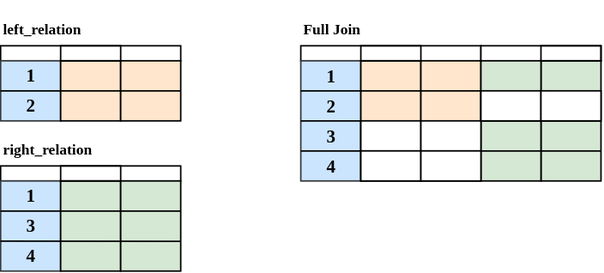
mabel-dev/opteryx.dev keeps this draw.io diagram as docs/sql-reference/full-join.svg. Above is the earlier version. Source tidied: cells renumbered, new cells last; positions are measured from the earlier drawing's top-left corner, leaving out a move shared by most shapes.
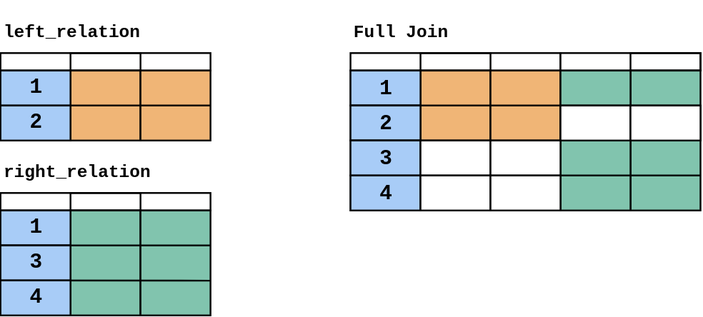
The same diagram one commit later.

The edit, as a diff of the source:
```diff
@@ -2,144 +2,144 @@
   <root>
     <mxCell id="0" />
     <mxCell id="1" parent="0" />
-    <mxCell id="2" style="rounded=0;whiteSpace=wrap;html=1;fontFamily=Lucida Console;fontSize=6;strokeColor=#000000;strokeWidth=1;fillColor=default;gradientColor=none;" parent="1" vertex="1">
+    <mxCell id="2" style="rounded=0;whiteSpace=wrap;html=1;fontFamily=Courier New;fontSize=6;strokeColor=#000000;strokeWidth=1;fillColor=default;gradientColor=none;" parent="1" vertex="1">
       <mxGeometry y="30" width="120" height="10" as="geometry" />
     </mxCell>
-    <mxCell id="3" style="rounded=0;whiteSpace=wrap;html=1;fontFamily=Lucida Console;fontSize=6;strokeColor=#36393d;strokeWidth=1;fillColor=#cce5ff;" parent="1" vertex="1">
+    <mxCell id="3" style="rounded=0;whiteSpace=wrap;html=1;fontFamily=Courier New;fontSize=6;strokeColor=#36393d;strokeWidth=1;fillColor=#cce5ff;" parent="1" vertex="1">
       <mxGeometry y="40" width="40" height="40" as="geometry" />
     </mxCell>
-    <mxCell id="4" style="rounded=0;whiteSpace=wrap;html=1;fontFamily=Lucida Console;fontSize=6;strokeColor=#000000;strokeWidth=1;fillColor=#ffe6cc;" parent="1" vertex="1">
+    <mxCell id="4" style="rounded=0;whiteSpace=wrap;html=1;fontFamily=Courier New;fontSize=6;strokeColor=#000000;strokeWidth=1;fillColor=#F0B576;" parent="1" vertex="1">
       <mxGeometry x="40" y="40" width="40" height="40" as="geometry" />
     </mxCell>
-    <mxCell id="5" style="rounded=0;whiteSpace=wrap;html=1;fontFamily=Lucida Console;fontSize=6;strokeColor=#000000;strokeWidth=1;fillColor=#ffe6cc;" parent="1" vertex="1">
+    <mxCell id="5" style="rounded=0;whiteSpace=wrap;html=1;fontFamily=Courier New;fontSize=6;strokeColor=#000000;strokeWidth=1;fillColor=#F0B576;" parent="1" vertex="1">
       <mxGeometry x="80" y="40" width="40" height="40" as="geometry" />
     </mxCell>
-    <mxCell id="6" style="endArrow=none;html=1;rounded=0;fontFamily=Lucida Console;fontSize=6;entryX=1;entryY=0.5;entryDx=0;entryDy=0;exitX=0;exitY=0.5;exitDx=0;exitDy=0;startArrow=none;" parent="1" edge="1" source="3" target="5">
+    <mxCell id="6" style="endArrow=none;html=1;rounded=0;fontFamily=Courier New;fontSize=6;entryX=1;entryY=0.5;entryDx=0;entryDy=0;exitX=0;exitY=0.5;exitDx=0;exitDy=0;startArrow=none;" parent="1" edge="1" source="3" target="5">
       <mxGeometry relative="1" as="geometry" />
     </mxCell>
-    <mxCell id="7" value="1" style="text;strokeColor=none;fillColor=none;html=1;fontSize=12;fontStyle=1;verticalAlign=middle;align=center;fontFamily=Lucida Console;" parent="1" vertex="1">
+    <mxCell id="7" value="1" style="text;strokeColor=default;fillColor=#A8CCF7;html=1;fontSize=12;fontStyle=1;verticalAlign=middle;align=center;fontFamily=Courier New;" parent="1" vertex="1">
       <mxGeometry y="40" width="40" height="20" as="geometry" />
     </mxCell>
-    <mxCell id="8" value="2" style="text;strokeColor=none;fillColor=none;html=1;fontSize=12;fontStyle=1;verticalAlign=middle;align=center;fontFamily=Lucida Console;" parent="1" vertex="1">
+    <mxCell id="8" value="2" style="text;strokeColor=default;fillColor=#A8CCF7;html=1;fontSize=12;fontStyle=1;verticalAlign=middle;align=center;fontFamily=Courier New;" parent="1" vertex="1">
       <mxGeometry y="60" width="40" height="20" as="geometry" />
     </mxCell>
-    <mxCell id="9" style="rounded=0;whiteSpace=wrap;html=1;fontFamily=Lucida Console;fontSize=6;strokeColor=#000000;strokeWidth=1;fillColor=none;" parent="1" vertex="1">
+    <mxCell id="9" style="rounded=0;whiteSpace=wrap;html=1;fontFamily=Courier New;fontSize=6;strokeColor=#000000;strokeWidth=1;fillColor=none;" parent="1" vertex="1">
       <mxGeometry x="40" y="30" width="40" height="10" as="geometry" />
     </mxCell>
-    <mxCell id="10" style="rounded=0;whiteSpace=wrap;html=1;fontFamily=Lucida Console;fontSize=6;strokeColor=#000000;strokeWidth=1;fillColor=default;gradientColor=none;" parent="1" vertex="1">
+    <mxCell id="10" style="rounded=0;whiteSpace=wrap;html=1;fontFamily=Courier New;fontSize=6;strokeColor=#000000;strokeWidth=1;fillColor=default;gradientColor=none;" parent="1" vertex="1">
       <mxGeometry y="110" width="120" height="10" as="geometry" />
     </mxCell>
-    <mxCell id="11" style="rounded=0;whiteSpace=wrap;html=1;fontFamily=Lucida Console;fontSize=6;strokeColor=#36393d;strokeWidth=1;fillColor=#cce5ff;" parent="1" vertex="1">
+    <mxCell id="11" style="rounded=0;whiteSpace=wrap;html=1;fontFamily=Courier New;fontSize=6;strokeColor=#36393d;strokeWidth=1;fillColor=#cce5ff;" parent="1" vertex="1">
       <mxGeometry y="120" width="40" height="60" as="geometry" />
     </mxCell>
-    <mxCell id="12" style="rounded=0;whiteSpace=wrap;html=1;fontFamily=Lucida Console;fontSize=6;strokeColor=#000000;strokeWidth=1;fillColor=#d5e8d4;" parent="1" vertex="1">
+    <mxCell id="12" style="rounded=0;whiteSpace=wrap;html=1;fontFamily=Courier New;fontSize=6;strokeColor=#000000;strokeWidth=1;fillColor=#81C4AE;" parent="1" vertex="1">
       <mxGeometry x="40" y="120" width="40" height="60" as="geometry" />
     </mxCell>
-    <mxCell id="13" style="rounded=0;whiteSpace=wrap;html=1;fontFamily=Lucida Console;fontSize=6;strokeColor=#000000;strokeWidth=1;fillColor=#d5e8d4;" parent="1" vertex="1">
+    <mxCell id="13" style="rounded=0;whiteSpace=wrap;html=1;fontFamily=Courier New;fontSize=6;strokeColor=#000000;strokeWidth=1;fillColor=#81C4AE;" parent="1" vertex="1">
       <mxGeometry x="80" y="120" width="40" height="60" as="geometry" />
     </mxCell>
-    <mxCell id="14" style="endArrow=none;html=1;rounded=0;fontFamily=Lucida Console;fontSize=6;exitX=0;exitY=0;exitDx=0;exitDy=0;startArrow=none;entryX=1;entryY=0.669;entryDx=0;entryDy=0;entryPerimeter=0;" parent="1" edge="1" source="18" target="13">
+    <mxCell id="14" style="endArrow=none;html=1;rounded=0;fontFamily=Courier New;fontSize=6;exitX=0;exitY=0;exitDx=0;exitDy=0;startArrow=none;entryX=1;entryY=0.669;entryDx=0;entryDy=0;entryPerimeter=0;" parent="1" edge="1" source="18" target="13">
       <mxGeometry relative="1" as="geometry" />
     </mxCell>
-    <mxCell id="15" value="1" style="text;strokeColor=none;fillColor=none;html=1;fontSize=12;fontStyle=1;verticalAlign=middle;align=center;fontFamily=Lucida Console;" parent="1" vertex="1">
+    <mxCell id="15" value="1" style="text;strokeColor=default;fillColor=#A8CCF7;html=1;fontSize=12;fontStyle=1;verticalAlign=middle;align=center;fontFamily=Courier New;" parent="1" vertex="1">
       <mxGeometry y="120" width="40" height="20" as="geometry" />
     </mxCell>
-    <mxCell id="16" value="3" style="text;strokeColor=none;fillColor=none;html=1;fontSize=12;fontStyle=1;verticalAlign=middle;align=center;fontFamily=Lucida Console;" parent="1" vertex="1">
+    <mxCell id="16" value="3" style="text;strokeColor=default;fillColor=#A8CCF7;html=1;fontSize=12;fontStyle=1;verticalAlign=middle;align=center;fontFamily=Courier New;" parent="1" vertex="1">
       <mxGeometry y="140" width="40" height="20" as="geometry" />
     </mxCell>
-    <mxCell id="17" style="rounded=0;whiteSpace=wrap;html=1;fontFamily=Lucida Console;fontSize=6;strokeColor=#000000;strokeWidth=1;fillColor=none;" parent="1" vertex="1">
+    <mxCell id="17" style="rounded=0;whiteSpace=wrap;html=1;fontFamily=Courier New;fontSize=6;strokeColor=#000000;strokeWidth=1;fillColor=none;" parent="1" vertex="1">
       <mxGeometry x="40" y="110" width="40" height="10" as="geometry" />
     </mxCell>
-    <mxCell id="18" value="4" style="text;strokeColor=none;fillColor=none;html=1;fontSize=12;fontStyle=1;verticalAlign=middle;align=center;fontFamily=Lucida Console;" parent="1" vertex="1">
+    <mxCell id="18" value="4" style="text;strokeColor=default;fillColor=#A8CCF7;html=1;fontSize=12;fontStyle=1;verticalAlign=middle;align=center;fontFamily=Courier New;" parent="1" vertex="1">
       <mxGeometry y="160" width="40" height="20" as="geometry" />
     </mxCell>
-    <mxCell id="19" style="endArrow=none;html=1;rounded=0;fontFamily=Lucida Console;fontSize=6;exitX=0;exitY=0;exitDx=0;exitDy=0;startArrow=none;" parent="1" edge="1" source="16">
+    <mxCell id="19" style="endArrow=none;html=1;rounded=0;fontFamily=Courier New;fontSize=6;exitX=0;exitY=0;exitDx=0;exitDy=0;startArrow=none;" parent="1" edge="1" source="16">
       <mxGeometry relative="1" as="geometry">
         <mxPoint x="120" y="140" as="targetPoint" />
       </mxGeometry>
     </mxCell>
-    <mxCell id="20" value="&lt;font style=&quot;font-size: 10px;&quot;&gt;left_relation&lt;/font&gt;" style="text;strokeColor=none;fillColor=none;html=1;fontSize=24;fontStyle=1;verticalAlign=middle;align=left;fontFamily=Lucida Console;" parent="1" vertex="1">
+    <mxCell id="20" value="&lt;font style=&quot;font-size: 10px;&quot;&gt;left_relation&lt;/font&gt;" style="text;strokeColor=none;fillColor=none;html=1;fontSize=24;fontStyle=1;verticalAlign=middle;align=left;fontFamily=Courier New;" parent="1" vertex="1">
       <mxGeometry width="100" height="30" as="geometry" />
     </mxCell>
-    <mxCell id="21" value="&lt;font style=&quot;font-size: 10px;&quot;&gt;right_relation&lt;/font&gt;" style="text;strokeColor=none;fillColor=none;html=1;fontSize=24;fontStyle=1;verticalAlign=middle;align=left;fontFamily=Lucida Console;" parent="1" vertex="1">
+    <mxCell id="21" value="&lt;font style=&quot;font-size: 10px;&quot;&gt;right_relation&lt;/font&gt;" style="text;strokeColor=none;fillColor=none;html=1;fontSize=24;fontStyle=1;verticalAlign=middle;align=left;fontFamily=Courier New;" parent="1" vertex="1">
       <mxGeometry y="80" width="100" height="30" as="geometry" />
     </mxCell>
-    <mxCell id="22" style="rounded=0;whiteSpace=wrap;html=1;fontFamily=Lucida Console;fontSize=6;strokeColor=#000000;strokeWidth=1;fillColor=default;gradientColor=none;" parent="1" vertex="1">
+    <mxCell id="22" style="rounded=0;whiteSpace=wrap;html=1;fontFamily=Courier New;fontSize=6;strokeColor=#000000;strokeWidth=1;fillColor=default;gradientColor=none;" parent="1" vertex="1">
       <mxGeometry x="200" y="30" width="120" height="10" as="geometry" />
     </mxCell>
-    <mxCell id="23" style="rounded=0;whiteSpace=wrap;html=1;fontFamily=Lucida Console;fontSize=6;strokeColor=#36393d;strokeWidth=1;fillColor=#cce5ff;" parent="1" vertex="1">
+    <mxCell id="23" style="rounded=0;whiteSpace=wrap;html=1;fontFamily=Courier New;fontSize=6;strokeColor=#36393d;strokeWidth=1;fillColor=#cce5ff;" parent="1" vertex="1">
       <mxGeometry x="200" y="40" width="40" height="80" as="geometry" />
     </mxCell>
-    <mxCell id="24" style="rounded=0;whiteSpace=wrap;html=1;fontFamily=Lucida Console;fontSize=6;strokeColor=#000000;strokeWidth=1;fillColor=#ffe6cc;" parent="1" vertex="1">
+    <mxCell id="24" style="rounded=0;whiteSpace=wrap;html=1;fontFamily=Courier New;fontSize=6;strokeColor=#000000;strokeWidth=1;fillColor=#F0B576;" parent="1" vertex="1">
       <mxGeometry x="240" y="40" width="40" height="80" as="geometry" />
     </mxCell>
-    <mxCell id="25" style="rounded=0;whiteSpace=wrap;html=1;fontFamily=Lucida Console;fontSize=6;strokeColor=#000000;strokeWidth=1;fillColor=#ffe6cc;" parent="1" vertex="1">
+    <mxCell id="25" style="rounded=0;whiteSpace=wrap;html=1;fontFamily=Courier New;fontSize=6;strokeColor=#000000;strokeWidth=1;fillColor=#F0B576;" parent="1" vertex="1">
       <mxGeometry x="280" y="40" width="40" height="80" as="geometry" />
     </mxCell>
-    <mxCell id="26" value="1" style="text;strokeColor=none;fillColor=none;html=1;fontSize=12;fontStyle=1;verticalAlign=bottom;align=center;fontFamily=Lucida Console;" parent="1" vertex="1">
+    <mxCell id="26" value="1" style="text;strokeColor=default;fillColor=#A8CCF7;html=1;fontSize=12;fontStyle=1;verticalAlign=bottom;align=center;fontFamily=Courier New;" parent="1" vertex="1">
       <mxGeometry x="200" y="40" width="40" height="20" as="geometry" />
     </mxCell>
-    <mxCell id="27" style="rounded=0;whiteSpace=wrap;html=1;fontFamily=Lucida Console;fontSize=6;strokeColor=#000000;strokeWidth=1;fillColor=none;" parent="1" vertex="1">
+    <mxCell id="27" style="rounded=0;whiteSpace=wrap;html=1;fontFamily=Courier New;fontSize=6;strokeColor=#000000;strokeWidth=1;fillColor=none;" parent="1" vertex="1">
       <mxGeometry x="240" y="30" width="40" height="10" as="geometry" />
     </mxCell>
-    <mxCell id="28" value="&lt;font style=&quot;font-size: 10px;&quot;&gt;Full Join&lt;/font&gt;" style="text;strokeColor=none;fillColor=none;html=1;fontSize=24;fontStyle=1;verticalAlign=middle;align=left;fontFamily=Lucida Console;" parent="1" vertex="1">
+    <mxCell id="28" value="&lt;font style=&quot;font-size: 10px;&quot;&gt;Full Join&lt;/font&gt;" style="text;strokeColor=none;fillColor=none;html=1;fontSize=24;fontStyle=1;verticalAlign=middle;align=left;fontFamily=Courier New;" parent="1" vertex="1">
       <mxGeometry x="200" width="100" height="30" as="geometry" />
     </mxCell>
-    <mxCell id="29" value="2" style="text;strokeColor=none;fillColor=none;html=1;fontSize=12;fontStyle=1;verticalAlign=bottom;align=center;fontFamily=Lucida Console;" parent="1" vertex="1">
+    <mxCell id="29" value="2" style="text;strokeColor=default;fillColor=#A8CCF7;html=1;fontSize=12;fontStyle=1;verticalAlign=bottom;align=center;fontFamily=Courier New;" parent="1" vertex="1">
       <mxGeometry x="200" y="60" width="40" height="20" as="geometry" />
     </mxCell>
-    <mxCell id="30" style="rounded=0;whiteSpace=wrap;html=1;fontFamily=Lucida Console;fontSize=6;strokeColor=#000000;strokeWidth=1;fillColor=default;gradientColor=none;" parent="1" vertex="1">
+    <mxCell id="30" style="rounded=0;whiteSpace=wrap;html=1;fontFamily=Courier New;fontSize=6;strokeColor=#000000;strokeWidth=1;fillColor=default;gradientColor=none;" parent="1" vertex="1">
       <mxGeometry x="320" y="30" width="80" height="10" as="geometry" />
     </mxCell>
-    <mxCell id="31" style="rounded=0;whiteSpace=wrap;html=1;fontFamily=Lucida Console;fontSize=6;strokeColor=#000000;strokeWidth=1;fillColor=#d5e8d4;" parent="1" vertex="1">
+    <mxCell id="31" style="rounded=0;whiteSpace=wrap;html=1;fontFamily=Courier New;fontSize=6;strokeColor=#000000;strokeWidth=1;fillColor=#81C4AE;" parent="1" vertex="1">
       <mxGeometry x="360" y="40" width="40" height="80" as="geometry" />
     </mxCell>
-    <mxCell id="32" style="rounded=0;whiteSpace=wrap;html=1;fontFamily=Lucida Console;fontSize=6;strokeColor=#000000;strokeWidth=1;fillColor=#d5e8d4;" parent="1" vertex="1">
+    <mxCell id="32" style="rounded=0;whiteSpace=wrap;html=1;fontFamily=Courier New;fontSize=6;strokeColor=#000000;strokeWidth=1;fillColor=#81C4AE;" parent="1" vertex="1">
       <mxGeometry x="320" y="40" width="40" height="80" as="geometry" />
     </mxCell>
-    <mxCell id="33" style="endArrow=none;html=1;rounded=0;fontFamily=Lucida Console;fontSize=6;startArrow=none;" parent="1" edge="1">
+    <mxCell id="33" style="endArrow=none;html=1;rounded=0;fontFamily=Courier New;fontSize=6;startArrow=none;" parent="1" edge="1">
       <mxGeometry relative="1" as="geometry">
         <mxPoint x="200" y="80" as="sourcePoint" />
         <mxPoint x="400" y="80" as="targetPoint" />
       </mxGeometry>
     </mxCell>
-    <mxCell id="34" style="endArrow=none;html=1;rounded=0;fontFamily=Lucida Console;fontSize=6;startArrow=none;" parent="1" edge="1">
+    <mxCell id="34" style="endArrow=none;html=1;rounded=0;fontFamily=Courier New;fontSize=6;startArrow=none;" parent="1" edge="1">
       <mxGeometry relative="1" as="geometry">
         <mxPoint x="200" y="100" as="sourcePoint" />
         <mxPoint x="400" y="100" as="targetPoint" />
       </mxGeometry>
     </mxCell>
-    <mxCell id="35" style="endArrow=none;html=1;rounded=0;fontFamily=Lucida Console;fontSize=6;startArrow=none;" parent="1" edge="1">
+    <mxCell id="35" style="endArrow=none;html=1;rounded=0;fontFamily=Courier New;fontSize=6;startArrow=none;" parent="1" edge="1">
       <mxGeometry relative="1" as="geometry">
         <mxPoint x="200" y="60" as="sourcePoint" />
         <mxPoint x="400" y="60" as="targetPoint" />
       </mxGeometry>
     </mxCell>
-    <mxCell id="36" value="3" style="text;strokeColor=none;fillColor=none;html=1;fontSize=12;fontStyle=1;verticalAlign=bottom;align=center;fontFamily=Lucida Console;" parent="1" vertex="1">
+    <mxCell id="36" value="3" style="text;strokeColor=default;fillColor=#A8CCF7;html=1;fontSize=12;fontStyle=1;verticalAlign=bottom;align=center;fontFamily=Courier New;" parent="1" vertex="1">
       <mxGeometry x="200" y="80" width="40" height="20" as="geometry" />
     </mxCell>
-    <mxCell id="37" value="4" style="text;strokeColor=none;fillColor=none;html=1;fontSize=12;fontStyle=1;verticalAlign=bottom;align=center;fontFamily=Lucida Console;" parent="1" vertex="1">
+    <mxCell id="37" value="4" style="text;strokeColor=default;fillColor=#A8CCF7;html=1;fontSize=12;fontStyle=1;verticalAlign=bottom;align=center;fontFamily=Courier New;" parent="1" vertex="1">
       <mxGeometry x="200" y="100" width="40" height="20" as="geometry" />
     </mxCell>
-    <mxCell id="38" style="rounded=0;whiteSpace=wrap;html=1;fontFamily=Lucida Console;fontSize=6;strokeColor=#000000;strokeWidth=1;fillColor=none;" parent="1" vertex="1">
+    <mxCell id="38" style="rounded=0;whiteSpace=wrap;html=1;fontFamily=Courier New;fontSize=6;strokeColor=#000000;strokeWidth=1;fillColor=none;" parent="1" vertex="1">
       <mxGeometry x="360" y="30" width="40" height="10" as="geometry" />
     </mxCell>
-    <mxCell id="39" style="rounded=0;whiteSpace=wrap;html=1;fontFamily=Lucida Console;fontSize=6;strokeColor=#000000;strokeWidth=1;fillColor=default;" parent="1" vertex="1">
+    <mxCell id="39" style="rounded=0;whiteSpace=wrap;html=1;fontFamily=Courier New;fontSize=6;strokeColor=#000000;strokeWidth=1;fillColor=default;" parent="1" vertex="1">
       <mxGeometry x="240" y="80" width="40" height="20" as="geometry" />
     </mxCell>
-    <mxCell id="40" style="rounded=0;whiteSpace=wrap;html=1;fontFamily=Lucida Console;fontSize=6;strokeColor=#000000;strokeWidth=1;fillColor=default;" parent="1" vertex="1">
+    <mxCell id="40" style="rounded=0;whiteSpace=wrap;html=1;fontFamily=Courier New;fontSize=6;strokeColor=#000000;strokeWidth=1;fillColor=default;" parent="1" vertex="1">
       <mxGeometry x="280" y="80" width="40" height="20" as="geometry" />
     </mxCell>
-    <mxCell id="41" style="rounded=0;whiteSpace=wrap;html=1;fontFamily=Lucida Console;fontSize=6;strokeColor=#000000;strokeWidth=1;fillColor=default;" parent="1" vertex="1">
+    <mxCell id="41" style="rounded=0;whiteSpace=wrap;html=1;fontFamily=Courier New;fontSize=6;strokeColor=#000000;strokeWidth=1;fillColor=default;" parent="1" vertex="1">
       <mxGeometry x="240" y="100" width="40" height="20" as="geometry" />
     </mxCell>
-    <mxCell id="42" style="rounded=0;whiteSpace=wrap;html=1;fontFamily=Lucida Console;fontSize=6;strokeColor=#000000;strokeWidth=1;fillColor=default;" parent="1" vertex="1">
+    <mxCell id="42" style="rounded=0;whiteSpace=wrap;html=1;fontFamily=Courier New;fontSize=6;strokeColor=#000000;strokeWidth=1;fillColor=default;" parent="1" vertex="1">
       <mxGeometry x="280" y="100" width="40" height="20" as="geometry" />
     </mxCell>
-    <mxCell id="43" style="rounded=0;whiteSpace=wrap;html=1;fontFamily=Lucida Console;fontSize=6;strokeColor=#000000;strokeWidth=1;fillColor=default;" parent="1" vertex="1">
+    <mxCell id="43" style="rounded=0;whiteSpace=wrap;html=1;fontFamily=Courier New;fontSize=6;strokeColor=#000000;strokeWidth=1;fillColor=default;" parent="1" vertex="1">
       <mxGeometry x="320" y="60" width="40" height="20" as="geometry" />
     </mxCell>
-    <mxCell id="44" style="rounded=0;whiteSpace=wrap;html=1;fontFamily=Lucida Console;fontSize=6;strokeColor=#000000;strokeWidth=1;fillColor=default;" parent="1" vertex="1">
+    <mxCell id="44" style="rounded=0;whiteSpace=wrap;html=1;fontFamily=Courier New;fontSize=6;strokeColor=#000000;strokeWidth=1;fillColor=default;" parent="1" vertex="1">
       <mxGeometry x="360" y="60" width="40" height="20" as="geometry" />
     </mxCell>
   </root>
```
